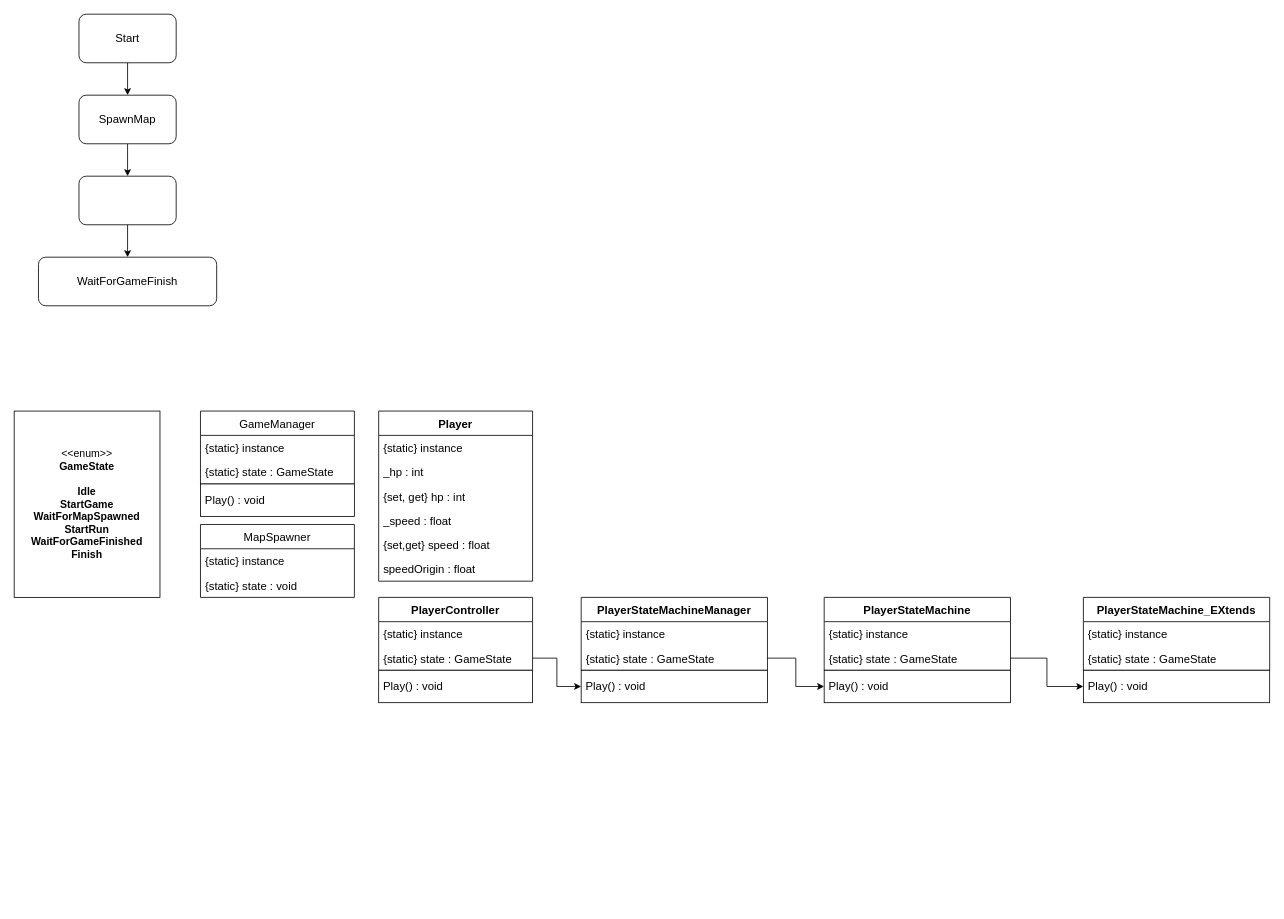
This is RunnerFSM.drawio from boyeon0613/boyeon0613, a draw.io file, before an edit. Source tidied: cells renumbered, new cells numbered last; positions are measured from the earlier drawing's top-left corner, leaving out a move shared by most shapes. Both pictures are drawn from the tidied source at 81%, with x=0, y=0 at pixel (14, 14).
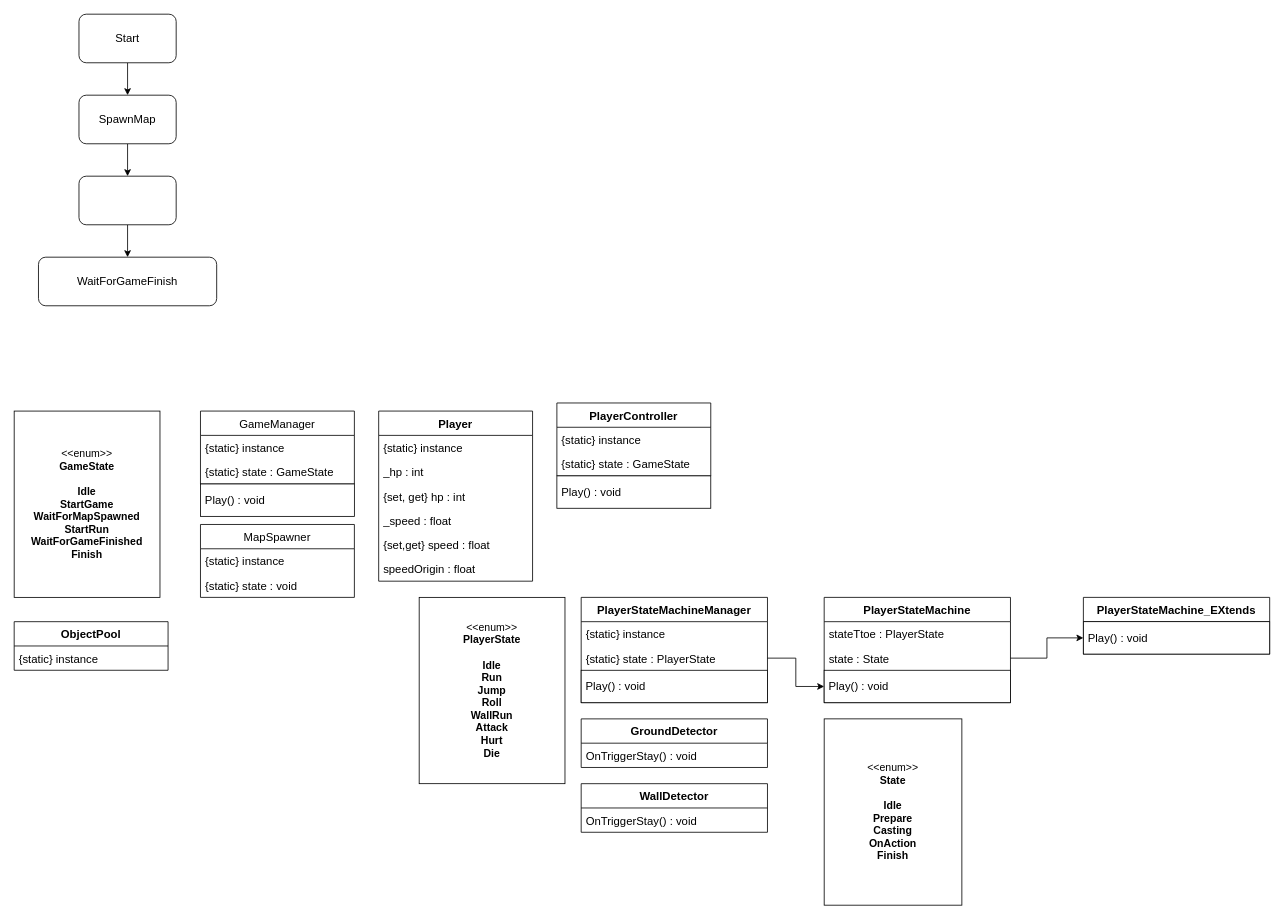
The same diagram, later.

The change refers to these unchanged cells:
```xml
<mxCell id="26" value="{static} state : GameState" style="text;strokeColor=none;fillColor=none;align=left;verticalAlign=middle;spacingLeft=4;spacingRight=4;overflow=hidden;points=[[0,0.5],[1,0.5]];portConstraint=eastwest;fontSize=14;" parent="24" vertex="1">
  <mxGeometry y="60" width="190" height="30" as="geometry" />
</mxCell>
```

Change to the diagram source:
```diff
@@
     <mxCell id="24" value="PlayerController" style="swimlane;fontStyle=1;horizontal=1;startSize=30;fontSize=14;" parent="1" vertex="1">
-      <mxGeometry x="450" y="720" width="190" height="90" as="geometry" />
+      <mxGeometry x="670" y="480" width="190" height="90" as="geometry" />
     </mxCell>
@@
     <mxCell id="27" value="&amp;nbsp;Play() : void" style="rounded=0;whiteSpace=wrap;html=1;fontSize=14;align=left;" parent="1" vertex="1">
-      <mxGeometry x="450" y="810" width="190" height="40" as="geometry" />
+      <mxGeometry x="670" y="570" width="190" height="40" as="geometry" />
     </mxCell>
     <mxCell id="28" value="PlayerStateMachine" style="swimlane;fontStyle=1;horizontal=1;startSize=30;fontSize=14;" parent="1" vertex="1">
-      <mxGeometry x="1000" y="720" width="230" height="90" as="geometry" />
+      <mxGeometry x="1000" y="720" width="230" height="130" as="geometry" />
     </mxCell>
-    <mxCell id="29" value="{static} instance" style="text;strokeColor=none;fillColor=none;align=left;verticalAlign=middle;spacingLeft=4;spacingRight=4;overflow=hidden;fontSize=14;" parent="28" vertex="1">
+    <mxCell id="29" value="stateTtoe : PlayerState" style="text;strokeColor=none;fillColor=none;align=left;verticalAlign=middle;spacingLeft=4;spacingRight=4;overflow=hidden;fontSize=14;" parent="28" vertex="1">
       <mxGeometry y="30" width="230" height="30" as="geometry" />
     </mxCell>
-    <mxCell id="30" value="{static} state : GameState" style="text;strokeColor=none;fillColor=none;align=left;verticalAlign=middle;spacingLeft=4;spacingRight=4;overflow=hidden;points=[[0,0.5],[1,0.5]];portConstraint=eastwest;fontSize=14;" parent="28" vertex="1">
+    <mxCell id="30" value="state : State" style="text;strokeColor=none;fillColor=none;align=left;verticalAlign=middle;spacingLeft=4;spacingRight=4;overflow=hidden;points=[[0,0.5],[1,0.5]];portConstraint=eastwest;fontSize=14;" parent="28" vertex="1">
       <mxGeometry y="60" width="230" height="30" as="geometry" />
     </mxCell>
-    <mxCell id="31" value="&amp;nbsp;Play() : void" style="rounded=0;whiteSpace=wrap;html=1;fontSize=14;align=left;" parent="1" vertex="1">
-      <mxGeometry x="1000" y="810" width="230" height="40" as="geometry" />
+    <mxCell id="31" value="&amp;nbsp;Play() : void" style="rounded=0;whiteSpace=wrap;html=1;fontSize=14;align=left;" parent="28" vertex="1">
+      <mxGeometry y="90" width="230" height="40" as="geometry" />
     </mxCell>
     <mxCell id="32" value="PlayerStateMachine_EXtends" style="swimlane;fontStyle=1;horizontal=1;startSize=30;fontSize=14;" parent="1" vertex="1">
-      <mxGeometry x="1320" y="720" width="230" height="90" as="geometry" />
+      <mxGeometry x="1320" y="720" width="230" height="70" as="geometry" />
     </mxCell>
-    <mxCell id="33" value="{static} instance" style="text;strokeColor=none;fillColor=none;align=left;verticalAlign=middle;spacingLeft=4;spacingRight=4;overflow=hidden;fontSize=14;" parent="32" vertex="1">
-      <mxGeometry y="30" width="230" height="30" as="geometry" />
-    </mxCell>
-    <mxCell id="34" value="{static} state : GameState" style="text;strokeColor=none;fillColor=none;align=left;verticalAlign=middle;spacingLeft=4;spacingRight=4;overflow=hidden;fontSize=14;" parent="32" vertex="1">
-      <mxGeometry y="60" width="230" height="30" as="geometry" />
-    </mxCell>
-    <mxCell id="35" value="&amp;nbsp;Play() : void" style="rounded=0;whiteSpace=wrap;html=1;fontSize=14;align=left;" parent="1" vertex="1">
-      <mxGeometry x="1320" y="810" width="230" height="40" as="geometry" />
+    <mxCell id="35" value="&amp;nbsp;Play() : void" style="rounded=0;whiteSpace=wrap;html=1;fontSize=14;align=left;" parent="32" vertex="1">
+      <mxGeometry y="30" width="230" height="40" as="geometry" />
     </mxCell>
     <mxCell id="36" value="PlayerStateMachineManager" style="swimlane;fontStyle=1;horizontal=1;startSize=30;fontSize=14;" parent="1" vertex="1">
-      <mxGeometry x="700" y="720" width="230" height="90" as="geometry" />
+      <mxGeometry x="700" y="720" width="230" height="130" as="geometry" />
     </mxCell>
@@
-    <mxCell id="38" value="{static} state : GameState" style="text;strokeColor=none;fillColor=none;align=left;verticalAlign=middle;spacingLeft=4;spacingRight=4;overflow=hidden;points=[[0,0.5],[1,0.5]];portConstraint=eastwest;fontSize=14;" parent="36" vertex="1">
+    <mxCell id="38" value="{static} state : PlayerState" style="text;strokeColor=none;fillColor=none;align=left;verticalAlign=middle;spacingLeft=4;spacingRight=4;overflow=hidden;points=[[0,0.5],[1,0.5]];portConstraint=eastwest;fontSize=14;" parent="36" vertex="1">
       <mxGeometry y="60" width="230" height="30" as="geometry" />
     </mxCell>
-    <mxCell id="39" value="&amp;nbsp;Play() : void" style="rounded=0;whiteSpace=wrap;html=1;fontSize=14;align=left;" parent="1" vertex="1">
-      <mxGeometry x="700" y="810" width="230" height="40" as="geometry" />
+    <mxCell id="39" value="&amp;nbsp;Play() : void" style="rounded=0;whiteSpace=wrap;html=1;fontSize=14;align=left;" parent="36" vertex="1">
+      <mxGeometry y="90" width="230" height="40" as="geometry" />
     </mxCell>
-    <mxCell id="40" style="edgeStyle=orthogonalEdgeStyle;rounded=0;jettySize=auto;html=1;fontSize=14;" parent="1" edge="1" source="26" target="39">
-      <mxGeometry relative="1" as="geometry" />
-    </mxCell>
@@
+    <mxCell id="43" value="GroundDetector" style="swimlane;fontStyle=1;horizontal=1;startSize=30;fontSize=14;" parent="1" vertex="1">
+      <mxGeometry x="700" y="870" width="230" height="60" as="geometry" />
+    </mxCell>
+    <mxCell id="44" value="OnTriggerStay() : void" style="text;strokeColor=none;fillColor=none;align=left;verticalAlign=middle;spacingLeft=4;spacingRight=4;overflow=hidden;fontSize=14;" parent="43" vertex="1">
+      <mxGeometry y="30" width="230" height="30" as="geometry" />
+    </mxCell>
+    <mxCell id="45" value="WallDetector" style="swimlane;fontStyle=1;horizontal=1;startSize=30;fontSize=14;" parent="1" vertex="1">
+      <mxGeometry x="700" y="950" width="230" height="60" as="geometry" />
+    </mxCell>
+    <mxCell id="46" value="OnTriggerStay() : void" style="text;strokeColor=none;fillColor=none;align=left;verticalAlign=middle;spacingLeft=4;spacingRight=4;overflow=hidden;fontSize=14;" parent="45" vertex="1">
+      <mxGeometry y="30" width="230" height="30" as="geometry" />
+    </mxCell>
+    <mxCell id="47" value="ObjectPool" style="swimlane;fontStyle=1;horizontal=1;startSize=30;fontSize=14;" parent="1" vertex="1">
+      <mxGeometry y="750" width="190" height="60" as="geometry" />
+    </mxCell>
+    <mxCell id="33" value="{static} instance" style="text;strokeColor=none;fillColor=none;align=left;verticalAlign=middle;spacingLeft=4;spacingRight=4;overflow=hidden;fontSize=14;" parent="47" vertex="1">
+      <mxGeometry y="30" width="190" height="30" as="geometry" />
+    </mxCell>
+    <mxCell id="48" value="&amp;lt;&amp;lt;enum&amp;gt;&amp;gt;&lt;br style=&quot;font-size: 13px&quot;&gt;&lt;b&gt;PlayerState&lt;br&gt;&lt;/b&gt;&lt;br&gt;&lt;b&gt;Idle&lt;br&gt;Run&lt;br&gt;Jump&lt;br&gt;Roll&lt;br&gt;WallRun&lt;br&gt;Attack&lt;br&gt;Hurt&lt;br&gt;Die&lt;/b&gt;" style="rounded=0;whiteSpace=wrap;html=1;fontSize=13;" parent="1" vertex="1">
+      <mxGeometry x="500" y="720" width="180" height="230" as="geometry" />
+    </mxCell>
+    <mxCell id="49" value="&amp;lt;&amp;lt;enum&amp;gt;&amp;gt;&lt;br style=&quot;font-size: 13px&quot;&gt;&lt;b&gt;State&lt;br&gt;&lt;/b&gt;&lt;br&gt;&lt;b&gt;Idle&lt;br&gt;Prepare&lt;br&gt;Casting&lt;br&gt;OnAction&lt;br&gt;Finish&lt;br&gt;&lt;/b&gt;" style="rounded=0;whiteSpace=wrap;html=1;fontSize=13;" parent="1" vertex="1">
+      <mxGeometry x="1000" y="870" width="170" height="230" as="geometry" />
+    </mxCell>
```
